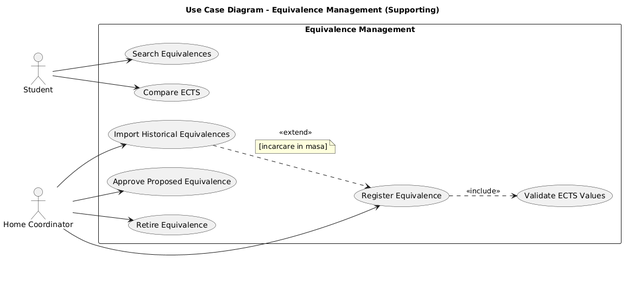
Above: models/diagrams-png/usecase-equivalence-management.png in prigo929/erasmus-mobility-platform (PlantUML), before the change. Its source is kept beside it as docs/diagrams/usecase-equivalence-management.puml.
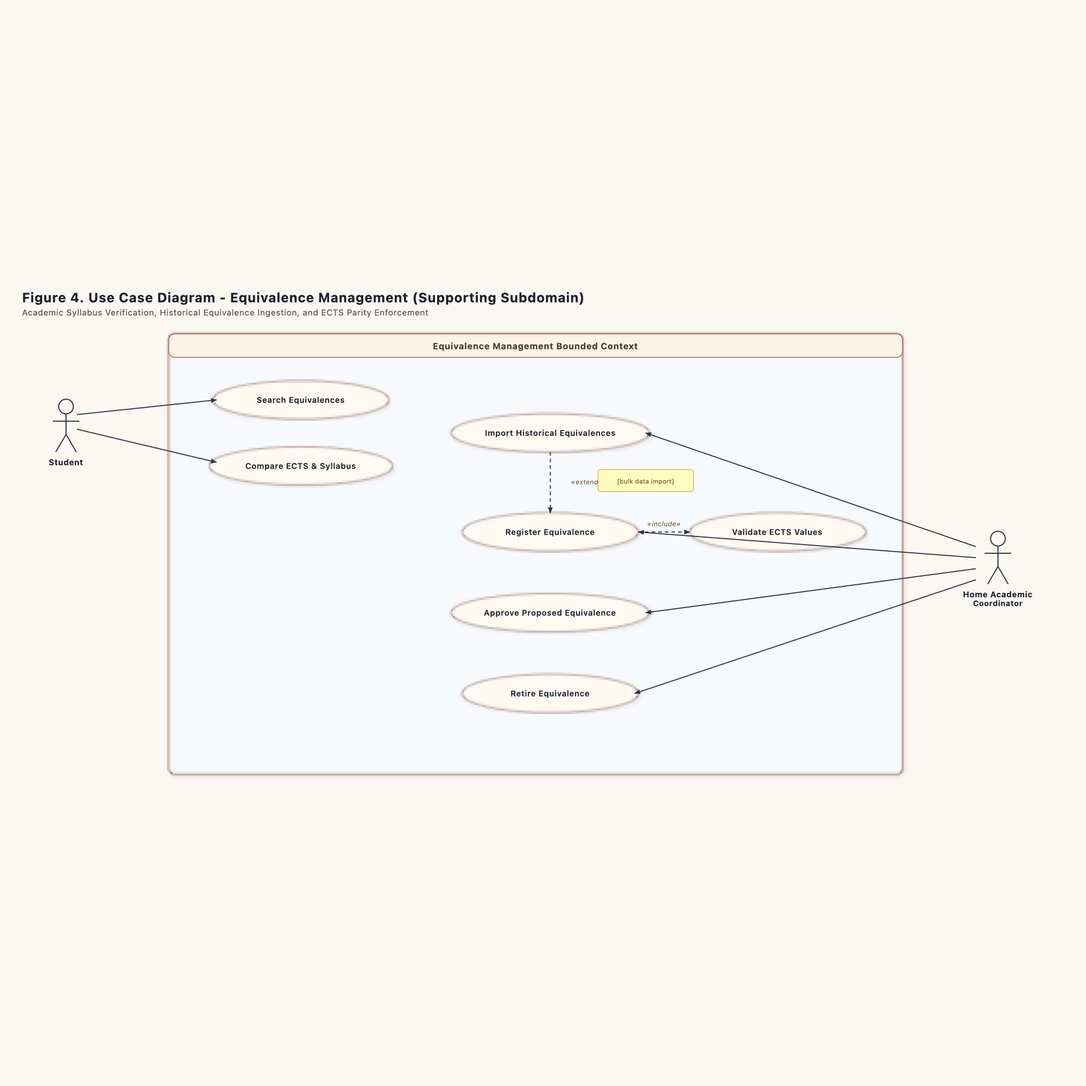
The same diagram one commit later.

What changed in the source:
```diff
@@ -4,26 +4,27 @@
 skinparam packageStyle rectangle
 
 actor "Student" as S
-actor "Home Academic Coordinator" as HC
+actor "Home Academic\nCoordinator" as HC
 
 rectangle "Equivalence Management" {
   usecase "Search Equivalences" as E1
   usecase "Compare ECTS & Syllabus" as E2
+  usecase "Import Historical Equivalences" as E5
   usecase "Register Equivalence" as E3
   usecase "Validate ECTS Values" as E4
-  usecase "Import Historical Equivalences" as E5
   usecase "Approve Proposed Equivalence" as E6
   usecase "Retire Equivalence" as E7
 }
 
 S --> E1
 S --> E2
+HC --> E5
 HC --> E3
-HC --> E5
 HC --> E6
 HC --> E7
 
-E3 ..> E4 : <<include>>
 E5 ..> E3 : <<extend>>
 note on link : [bulk data import]
+E3 ..> E4 : <<include>>
+
 @enduml
```
